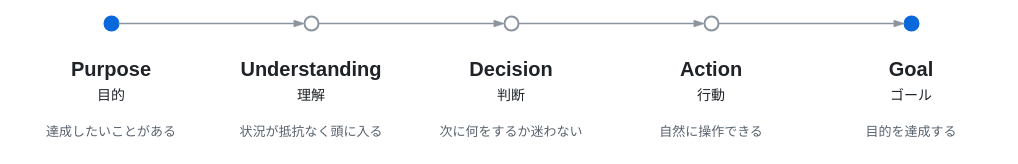
This is docs/diagrams/journey.drawio from ISSEI51/flow-design, a draw.io file, before an edit. Source tidied: cells renumbered, new cells numbered last; positions are measured from the earlier drawing's top-left corner, leaving out a move shared by most shapes. Both pictures are drawn from the tidied source at 100%, with x=0, y=0 at pixel (21, 16).
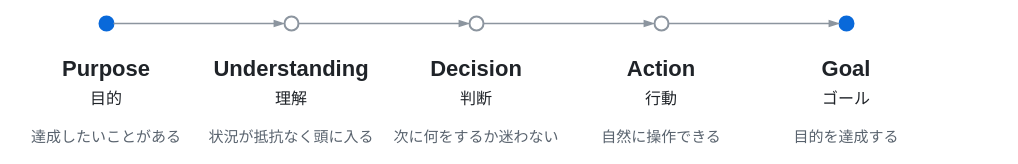
The same diagram, later.

Commit message (it also covers changes not shown here):
docs: enlarge journey diagram text for README width

GitHub の README 幅（約 758px）に縮小表示されたとき、
補足文の文字が約 10px になっていたため、要素の間隔を詰めて文字を大きくした。

Change to the diagram source:
```diff
@@
     <mxCell id="2" style="ellipse;html=0;fillColor=light-dark(#0969DA,#4493F8);strokeColor=light-dark(#0969DA,#4493F8);strokeWidth=2;" parent="1" vertex="1">
-      <mxGeometry x="83" width="14" height="14" as="geometry" />
+      <mxGeometry x="78" width="14" height="14" as="geometry" />
     </mxCell>
-    <mxCell id="3" value="Purpose" style="text;html=0;align=center;verticalAlign=middle;fontFamily=Helvetica;fontSize=20;fontStyle=1;fontColor=light-dark(#1F2328,#E6EDF3);" parent="1" vertex="1">
-      <mxGeometry y="37" width="180" height="28" as="geometry" />
+    <mxCell id="3" value="Purpose" style="text;html=0;align=center;verticalAlign=middle;fontFamily=Helvetica;fontSize=22;fontStyle=1;fontColor=light-dark(#1F2328,#E6EDF3);" parent="1" vertex="1">
+      <mxGeometry x="-5" y="35" width="180" height="30" as="geometry" />
     </mxCell>
-    <mxCell id="4" value="目的" style="text;html=0;align=center;verticalAlign=middle;fontFamily=Helvetica;fontSize=14;fontColor=light-dark(#1F2328,#E6EDF3);" parent="1" vertex="1">
-      <mxGeometry y="67" width="180" height="22" as="geometry" />
+    <mxCell id="4" value="目的" style="text;html=0;align=center;verticalAlign=middle;fontFamily=Helvetica;fontSize=16;fontColor=light-dark(#1F2328,#E6EDF3);" parent="1" vertex="1">
+      <mxGeometry x="-5" y="69" width="180" height="24" as="geometry" />
     </mxCell>
-    <mxCell id="5" value="達成したいことがある" style="text;html=0;align=center;verticalAlign=middle;fontFamily=Helvetica;fontSize=13;fontColor=light-dark(#59636E,#9198A1);" parent="1" vertex="1">
-      <mxGeometry y="103" width="180" height="22" as="geometry" />
+    <mxCell id="5" value="達成したいことがある" style="text;html=0;align=center;verticalAlign=middle;fontFamily=Helvetica;fontSize=15;fontColor=light-dark(#59636E,#9198A1);" parent="1" vertex="1">
+      <mxGeometry x="-5" y="107" width="180" height="24" as="geometry" />
     </mxCell>
     <mxCell id="6" style="ellipse;html=0;fillColor=none;strokeColor=light-dark(#8C959F,#6E7681);strokeWidth=2;" parent="1" vertex="1">
-      <mxGeometry x="283" width="14" height="14" as="geometry" />
+      <mxGeometry x="263" width="14" height="14" as="geometry" />
     </mxCell>
-    <mxCell id="7" value="Understanding" style="text;html=0;align=center;verticalAlign=middle;fontFamily=Helvetica;fontSize=20;fontStyle=1;fontColor=light-dark(#1F2328,#E6EDF3);" parent="1" vertex="1">
-      <mxGeometry x="200" y="37" width="180" height="28" as="geometry" />
+    <mxCell id="7" value="Understanding" style="text;html=0;align=center;verticalAlign=middle;fontFamily=Helvetica;fontSize=22;fontStyle=1;fontColor=light-dark(#1F2328,#E6EDF3);" parent="1" vertex="1">
+      <mxGeometry x="180" y="35" width="180" height="30" as="geometry" />
     </mxCell>
-    <mxCell id="8" value="理解" style="text;html=0;align=center;verticalAlign=middle;fontFamily=Helvetica;fontSize=14;fontColor=light-dark(#1F2328,#E6EDF3);" parent="1" vertex="1">
-      <mxGeometry x="200" y="67" width="180" height="22" as="geometry" />
+    <mxCell id="8" value="理解" style="text;html=0;align=center;verticalAlign=middle;fontFamily=Helvetica;fontSize=16;fontColor=light-dark(#1F2328,#E6EDF3);" parent="1" vertex="1">
+      <mxGeometry x="180" y="69" width="180" height="24" as="geometry" />
     </mxCell>
-    <mxCell id="9" value="状況が抵抗なく頭に入る" style="text;html=0;align=center;verticalAlign=middle;fontFamily=Helvetica;fontSize=13;fontColor=light-dark(#59636E,#9198A1);" parent="1" vertex="1">
-      <mxGeometry x="200" y="103" width="180" height="22" as="geometry" />
+    <mxCell id="9" value="状況が抵抗なく頭に入る" style="text;html=0;align=center;verticalAlign=middle;fontFamily=Helvetica;fontSize=15;fontColor=light-dark(#59636E,#9198A1);" parent="1" vertex="1">
+      <mxGeometry x="180" y="107" width="180" height="24" as="geometry" />
     </mxCell>
     <mxCell id="10" style="ellipse;html=0;fillColor=none;strokeColor=light-dark(#8C959F,#6E7681);strokeWidth=2;" parent="1" vertex="1">
-      <mxGeometry x="483" width="14" height="14" as="geometry" />
+      <mxGeometry x="448" width="14" height="14" as="geometry" />
     </mxCell>
-    <mxCell id="11" value="Decision" style="text;html=0;align=center;verticalAlign=middle;fontFamily=Helvetica;fontSize=20;fontStyle=1;fontColor=light-dark(#1F2328,#E6EDF3);" parent="1" vertex="1">
-      <mxGeometry x="400" y="37" width="180" height="28" as="geometry" />
+    <mxCell id="11" value="Decision" style="text;html=0;align=center;verticalAlign=middle;fontFamily=Helvetica;fontSize=22;fontStyle=1;fontColor=light-dark(#1F2328,#E6EDF3);" parent="1" vertex="1">
+      <mxGeometry x="365" y="35" width="180" height="30" as="geometry" />
     </mxCell>
-    <mxCell id="12" value="判断" style="text;html=0;align=center;verticalAlign=middle;fontFamily=Helvetica;fontSize=14;fontColor=light-dark(#1F2328,#E6EDF3);" parent="1" vertex="1">
-      <mxGeometry x="400" y="67" width="180" height="22" as="geometry" />
+    <mxCell id="12" value="判断" style="text;html=0;align=center;verticalAlign=middle;fontFamily=Helvetica;fontSize=16;fontColor=light-dark(#1F2328,#E6EDF3);" parent="1" vertex="1">
+      <mxGeometry x="365" y="69" width="180" height="24" as="geometry" />
     </mxCell>
-    <mxCell id="13" value="次に何をするか迷わない" style="text;html=0;align=center;verticalAlign=middle;fontFamily=Helvetica;fontSize=13;fontColor=light-dark(#59636E,#9198A1);" parent="1" vertex="1">
-      <mxGeometry x="400" y="103" width="180" height="22" as="geometry" />
+    <mxCell id="13" value="次に何をするか迷わない" style="text;html=0;align=center;verticalAlign=middle;fontFamily=Helvetica;fontSize=15;fontColor=light-dark(#59636E,#9198A1);" parent="1" vertex="1">
+      <mxGeometry x="365" y="107" width="180" height="24" as="geometry" />
     </mxCell>
     <mxCell id="14" style="ellipse;html=0;fillColor=none;strokeColor=light-dark(#8C959F,#6E7681);strokeWidth=2;" parent="1" vertex="1">
-      <mxGeometry x="683" width="14" height="14" as="geometry" />
+      <mxGeometry x="633" width="14" height="14" as="geometry" />
     </mxCell>
-    <mxCell id="15" value="Action" style="text;html=0;align=center;verticalAlign=middle;fontFamily=Helvetica;fontSize=20;fontStyle=1;fontColor=light-dark(#1F2328,#E6EDF3);" parent="1" vertex="1">
-      <mxGeometry x="600" y="37" width="180" height="28" as="geometry" />
+    <mxCell id="15" value="Action" style="text;html=0;align=center;verticalAlign=middle;fontFamily=Helvetica;fontSize=22;fontStyle=1;fontColor=light-dark(#1F2328,#E6EDF3);" parent="1" vertex="1">
+      <mxGeometry x="550" y="35" width="180" height="30" as="geometry" />
     </mxCell>
-    <mxCell id="16" value="行動" style="text;html=0;align=center;verticalAlign=middle;fontFamily=Helvetica;fontSize=14;fontColor=light-dark(#1F2328,#E6EDF3);" parent="1" vertex="1">
-      <mxGeometry x="600" y="67" width="180" height="22" as="geometry" />
+    <mxCell id="16" value="行動" style="text;html=0;align=center;verticalAlign=middle;fontFamily=Helvetica;fontSize=16;fontColor=light-dark(#1F2328,#E6EDF3);" parent="1" vertex="1">
+      <mxGeometry x="550" y="69" width="180" height="24" as="geometry" />
     </mxCell>
-    <mxCell id="17" value="自然に操作できる" style="text;html=0;align=center;verticalAlign=middle;fontFamily=Helvetica;fontSize=13;fontColor=light-dark(#59636E,#9198A1);" parent="1" vertex="1">
-      <mxGeometry x="600" y="103" width="180" height="22" as="geometry" />
+    <mxCell id="17" value="自然に操作できる" style="text;html=0;align=center;verticalAlign=middle;fontFamily=Helvetica;fontSize=15;fontColor=light-dark(#59636E,#9198A1);" parent="1" vertex="1">
+      <mxGeometry x="550" y="107" width="180" height="24" as="geometry" />
     </mxCell>
     <mxCell id="18" style="ellipse;html=0;fillColor=light-dark(#0969DA,#4493F8);strokeColor=light-dark(#0969DA,#4493F8);strokeWidth=2;" parent="1" vertex="1">
-      <mxGeometry x="883" width="14" height="14" as="geometry" />
+      <mxGeometry x="818" width="14" height="14" as="geometry" />
     </mxCell>
-    <mxCell id="19" value="Goal" style="text;html=0;align=center;verticalAlign=middle;fontFamily=Helvetica;fontSize=20;fontStyle=1;fontColor=light-dark(#1F2328,#E6EDF3);" parent="1" vertex="1">
-      <mxGeometry x="800" y="37" width="180" height="28" as="geometry" />
+    <mxCell id="19" value="Goal" style="text;html=0;align=center;verticalAlign=middle;fontFamily=Helvetica;fontSize=22;fontStyle=1;fontColor=light-dark(#1F2328,#E6EDF3);" parent="1" vertex="1">
+      <mxGeometry x="735" y="35" width="180" height="30" as="geometry" />
     </mxCell>
-    <mxCell id="20" value="ゴール" style="text;html=0;align=center;verticalAlign=middle;fontFamily=Helvetica;fontSize=14;fontColor=light-dark(#1F2328,#E6EDF3);" parent="1" vertex="1">
-      <mxGeometry x="800" y="67" width="180" height="22" as="geometry" />
+    <mxCell id="20" value="ゴール" style="text;html=0;align=center;verticalAlign=middle;fontFamily=Helvetica;fontSize=16;fontColor=light-dark(#1F2328,#E6EDF3);" parent="1" vertex="1">
+      <mxGeometry x="735" y="69" width="180" height="24" as="geometry" />
     </mxCell>
-    <mxCell id="21" value="目的を達成する" style="text;html=0;align=center;verticalAlign=middle;fontFamily=Helvetica;fontSize=13;fontColor=light-dark(#59636E,#9198A1);" parent="1" vertex="1">
-      <mxGeometry x="800" y="103" width="180" height="22" as="geometry" />
+    <mxCell id="21" value="目的を達成する" style="text;html=0;align=center;verticalAlign=middle;fontFamily=Helvetica;fontSize=15;fontColor=light-dark(#59636E,#9198A1);" parent="1" vertex="1">
+      <mxGeometry x="735" y="107" width="180" height="24" as="geometry" />
     </mxCell>
```
